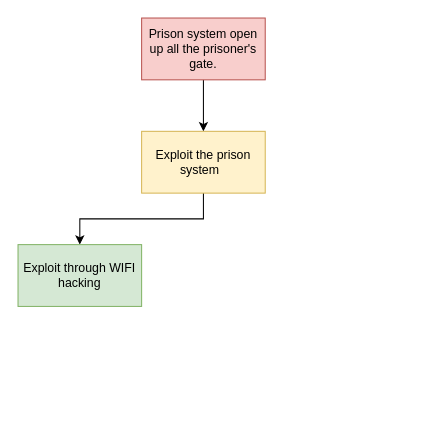
Earlier version of the draw.io diagram Untitled Diagram.drawio (lancerkiller/Quiz_Website). Source tidied: cells renumbered, new cells numbered last; positions are measured from the earlier drawing's top-left corner, leaving out a move shared by most shapes. Both pictures are drawn from the tidied source at 103%, with x=0, y=0 at pixel (18, 18).
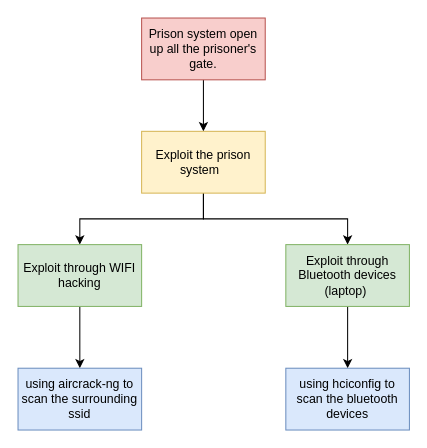
Above is the later version.

Change to the diagram source:
```diff
@@
 <mxGraphModel>
   <root>
     <mxCell id="0" />
     <mxCell id="1" parent="0" />
     <mxCell id="2" style="edgeStyle=orthogonalEdgeStyle;rounded=0;jettySize=auto;html=1;" parent="1" edge="1" source="3" target="5">
       <mxGeometry relative="1" as="geometry" />
     </mxCell>
     <mxCell id="3" value="Prison system open up all the prisoner's gate." style="rounded=0;whiteSpace=wrap;html=1;fillColor=#f8cecc;strokeColor=#b85450;" parent="1" vertex="1">
       <mxGeometry x="120" width="120" height="60" as="geometry" />
     </mxCell>
     <mxCell id="4" style="edgeStyle=orthogonalEdgeStyle;rounded=0;jettySize=auto;html=1;" parent="1" edge="1" source="5" target="6">
       <mxGeometry relative="1" as="geometry" />
     </mxCell>
+    <mxCell id="7" style="edgeStyle=orthogonalEdgeStyle;rounded=0;jettySize=auto;html=1;exitX=0.5;exitY=1;exitDx=0;exitDy=0;fillColor=#d5e8d4;strokeColor=#000000;" parent="1" edge="1" source="5" target="11">
+      <mxGeometry relative="1" as="geometry" />
+    </mxCell>
     <mxCell id="5" value="Exploit the prison system&amp;nbsp;&amp;nbsp;" style="whiteSpace=wrap;html=1;fillColor=#fff2cc;strokeColor=#d6b656;rounded=0;" parent="1" vertex="1">
       <mxGeometry x="120" y="110" width="120" height="60" as="geometry" />
     </mxCell>
+    <mxCell id="8" style="edgeStyle=orthogonalEdgeStyle;rounded=0;jettySize=auto;html=1;" parent="1" edge="1" source="6" target="9">
+      <mxGeometry relative="1" as="geometry" />
+    </mxCell>
     <mxCell id="6" value="Exploit through WIFI hacking" style="whiteSpace=wrap;html=1;fillColor=#d5e8d4;strokeColor=#82b366;rounded=0;" parent="1" vertex="1">
       <mxGeometry y="220" width="120" height="60" as="geometry" />
     </mxCell>
+    <mxCell id="9" value="using aircrack-ng to scan the surrounding ssid" style="whiteSpace=wrap;html=1;fillColor=#dae8fc;strokeColor=#6c8ebf;rounded=0;" parent="1" vertex="1">
+      <mxGeometry y="340" width="120" height="60" as="geometry" />
+    </mxCell>
+    <mxCell id="10" style="edgeStyle=orthogonalEdgeStyle;rounded=0;jettySize=auto;html=1;strokeColor=#000000;" parent="1" edge="1" source="11" target="12">
+      <mxGeometry relative="1" as="geometry" />
+    </mxCell>
+    <mxCell id="11" value="Exploit through Bluetooth devices (laptop)&amp;nbsp;" style="whiteSpace=wrap;html=1;fillColor=#d5e8d4;strokeColor=#82b366;rounded=0;" parent="1" vertex="1">
+      <mxGeometry x="260" y="220" width="120" height="60" as="geometry" />
+    </mxCell>
+    <mxCell id="12" value="using hciconfig to scan the bluetooth devices" style="whiteSpace=wrap;html=1;fillColor=#dae8fc;strokeColor=#6c8ebf;rounded=0;" parent="1" vertex="1">
+      <mxGeometry x="260" y="340" width="120" height="60" as="geometry" />
+    </mxCell>
   </root>
 </mxGraphModel>
```
